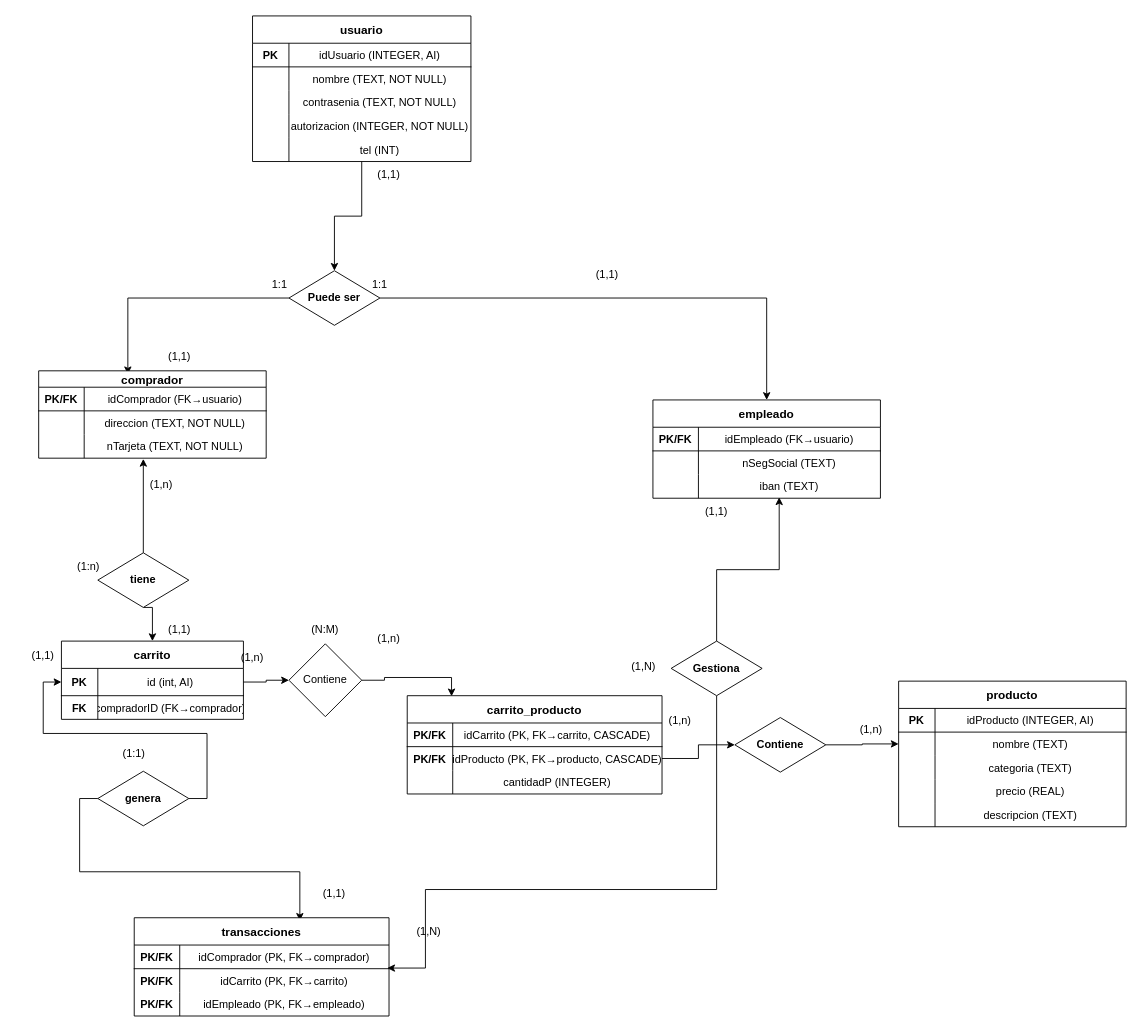
Before: Documentación/Merbd.drawio in Pandakira25/TrabajoIntrgrador, a draw.io diagram. Source tidied: cells renumbered, new cells numbered last; positions are measured from the earlier drawing's top-left corner, leaving out a move shared by most shapes. Both pictures are drawn from the tidied source at 91%, with x=0, y=0 at pixel (15, 15).
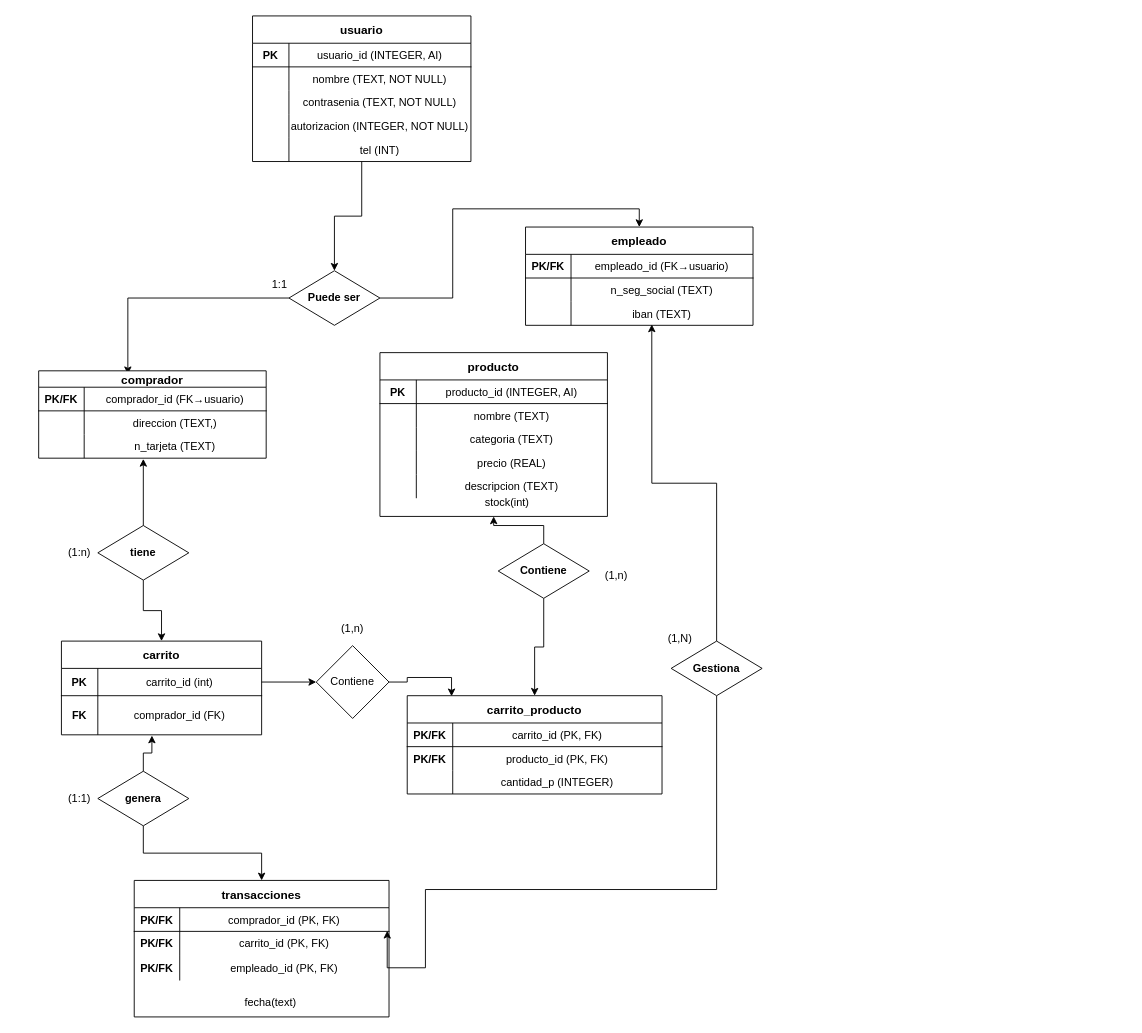
Above is the later version.

Commit message (it also covers changes not shown here):
corrección del diagrama de clases

The change refers to these unchanged cells:
```xml
<mxCell id="22" value="genera" style="rhombus;whiteSpace=wrap;html=1;fontSize=12;fontStyle=1;" parent="1" vertex="1">
  <mxGeometry x="90" y="830" width="100" height="60" as="geometry" />
</mxCell>
<mxCell id="37" style="shape=tableRow;horizontal=0;startSize=0;swimlaneHead=0;swimlaneBody=0;fillColor=none;fontSize=12;top=0;left=0;right=0;bottom=1;" parent="36" vertex="1">
  <mxGeometry y="30" width="240" height="26" as="geometry" />
</mxCell>
<mxCell id="53" style="shape=tableRow;horizontal=0;startSize=0;swimlaneHead=0;swimlaneBody=0;fillColor=none;fontSize=12;top=0;left=0;right=0;bottom=1;" parent="52" vertex="1">
  <mxGeometry y="18" width="250" height="26" as="geometry" />
</mxCell>
<mxCell id="56" style="shape=tableRow;horizontal=0;startSize=0;swimlaneHead=0;swimlaneBody=0;fillColor=none;fontSize=12;top=0;left=0;right=0;bottom=0;" parent="52" vertex="1">
  <mxGeometry y="44" width="250" height="26" as="geometry" />
</mxCell>
<mxCell id="59" style="shape=tableRow;horizontal=0;startSize=0;swimlaneHead=0;swimlaneBody=0;fillColor=none;points=[[0,0.5],[1,0.5]];portConstraint=eastwest;fontSize=12;top=0;left=0;right=0;bottom=0;" parent="52" vertex="1">
  <mxGeometry y="70" width="250" height="26" as="geometry" />
</mxCell>
<mxCell id="63" style="shape=tableRow;horizontal=0;startSize=0;swimlaneHead=0;swimlaneBody=0;fillColor=none;fontSize=12;top=0;left=0;right=0;bottom=1;" parent="62" vertex="1">
  <mxGeometry y="30" width="250" height="26" as="geometry" />
</mxCell>
<mxCell id="66" style="shape=tableRow;horizontal=0;startSize=0;swimlaneHead=0;swimlaneBody=0;fillColor=none;fontSize=12;top=0;left=0;right=0;bottom=0;" parent="62" vertex="1">
  <mxGeometry y="56" width="250" height="26" as="geometry" />
</mxCell>
<mxCell id="78" value="carrito_producto" style="shape=table;startSize=30;childLayout=tableLayout;rowLines=0;fontStyle=1;align=center;fontSize=13;" parent="1" vertex="1">
  <mxGeometry x="430" y="747" width="280" height="108" as="geometry" />
</mxCell>
<mxCell id="79" style="shape=tableRow;horizontal=0;startSize=0;swimlaneHead=0;swimlaneBody=0;fillColor=none;fontSize=12;top=0;left=0;right=0;bottom=1;" parent="78" vertex="1">
  <mxGeometry y="30" width="280" height="26" as="geometry" />
</mxCell>
<mxCell id="82" style="shape=tableRow;horizontal=0;startSize=0;swimlaneHead=0;swimlaneBody=0;fillColor=none;points=[[0,0.5],[1,0.5]];portConstraint=eastwest;fontSize=12;top=0;left=0;right=0;bottom=0;" parent="78" vertex="1">
  <mxGeometry y="56" width="280" height="26" as="geometry" />
</mxCell>
<mxCell id="85" style="shape=tableRow;horizontal=0;startSize=0;swimlaneHead=0;swimlaneBody=0;fillColor=none;fontSize=12;top=0;left=0;right=0;bottom=0;" parent="78" vertex="1">
  <mxGeometry y="82" width="280" height="26" as="geometry" />
</mxCell>
<mxCell id="89" style="shape=tableRow;horizontal=0;startSize=0;swimlaneHead=0;swimlaneBody=0;fillColor=none;fontSize=12;top=0;left=0;right=0;bottom=1;" parent="88" vertex="1">
  <mxGeometry y="30" width="250" height="26" as="geometry" />
</mxCell>
<mxCell id="92" style="shape=tableRow;horizontal=0;startSize=0;swimlaneHead=0;swimlaneBody=0;fillColor=none;points=[[0,0.5],[1,0.5]];portConstraint=eastwest;fontSize=12;top=0;left=0;right=0;bottom=0;" parent="88" vertex="1">
  <mxGeometry y="56" width="250" height="26" as="geometry" />
</mxCell>
<mxCell id="101" style="shape=tableRow;horizontal=0;startSize=0;swimlaneHead=0;swimlaneBody=0;fillColor=none;fontSize=12;top=0;left=0;right=0;bottom=0;" parent="88" vertex="1">
  <mxGeometry y="134" width="250" height="26" as="geometry" />
</mxCell>
<mxCell id="105" style="shape=tableRow;horizontal=0;startSize=0;swimlaneHead=0;swimlaneBody=0;fillColor=none;fontSize=12;top=0;left=0;right=0;bottom=1;" parent="104" vertex="1">
  <mxGeometry y="30" width="280" height="26" as="geometry" />
</mxCell>
<mxCell id="108" style="shape=tableRow;horizontal=0;startSize=0;swimlaneHead=0;swimlaneBody=0;fillColor=none;points=[[0,0.5],[1,0.5]];portConstraint=eastwest;fontSize=12;top=0;left=0;right=0;bottom=0;" parent="104" vertex="1">
  <mxGeometry y="56" width="280" height="26" as="geometry" />
</mxCell>
```

Change to the diagram source:
```diff
@@
-    <mxCell id="6" value="1:1" style="text;html=1;whiteSpace=wrap;strokeColor=none;fillColor=none;align=center;verticalAlign=middle;rounded=0;" parent="1" vertex="1">
-      <mxGeometry x="370" y="280" width="60" height="30" as="geometry" />
-    </mxCell>
@@
     <mxCell id="9" value="tiene" style="rhombus;whiteSpace=wrap;html=1;fontSize=12;fontStyle=1;" parent="1" vertex="1">
-      <mxGeometry x="90" y="590" width="100" height="60" as="geometry" />
+      <mxGeometry x="90" y="560" width="100" height="60" as="geometry" />
     </mxCell>
     <mxCell id="10" value="carrito" style="shape=table;startSize=30;childLayout=tableLayout;rowLines=0;fontStyle=1;align=center;fontSize=13;" parent="1" vertex="1">
-      <mxGeometry x="50" y="687" width="200" height="86" as="geometry" />
+      <mxGeometry x="50" y="687" width="220" height="103" as="geometry" />
     </mxCell>
     <mxCell id="11" style="shape=tableRow;horizontal=0;startSize=0;swimlaneHead=0;swimlaneBody=0;fillColor=none;points=[[0,0.5],[1,0.5]];portConstraint=eastwest;fontSize=12;top=0;left=0;right=0;bottom=1;" parent="10" vertex="1">
-      <mxGeometry y="30" width="200" height="30" as="geometry" />
+      <mxGeometry y="30" width="220" height="30" as="geometry" />
     </mxCell>
@@
-    <mxCell id="13" value="id (int, AI)" style="shape=partialRectangle;fillColor=none;top=0;left=0;bottom=0;right=0;overflow=hidden;" parent="11" vertex="1">
-      <mxGeometry x="40" width="160" height="30" as="geometry" />
+    <mxCell id="13" value="carrito_id (int)" style="shape=partialRectangle;fillColor=none;top=0;left=0;bottom=0;right=0;overflow=hidden;" parent="11" vertex="1">
+      <mxGeometry x="40" width="180" height="30" as="geometry" />
     </mxCell>
     <mxCell id="14" style="shape=tableRow;horizontal=0;startSize=0;swimlaneHead=0;swimlaneBody=0;fillColor=none;points=[[0,0.5],[1,0.5]];portConstraint=eastwest;fontSize=12;top=0;left=0;right=0;bottom=0;" parent="10" vertex="1">
-      <mxGeometry y="60" width="200" height="26" as="geometry" />
+      <mxGeometry y="60" width="220" height="43" as="geometry" />
     </mxCell>
     <mxCell id="15" value="FK" style="shape=partialRectangle;fillColor=none;top=0;left=0;bottom=0;right=0;fontStyle=1;overflow=hidden;" parent="14" vertex="1">
-      <mxGeometry width="40" height="26" as="geometry" />
+      <mxGeometry width="40" height="43" as="geometry" />
     </mxCell>
-    <mxCell id="16" value="compradorID (FK→comprador)" style="shape=partialRectangle;fillColor=none;top=0;left=0;bottom=0;right=0;overflow=hidden;" parent="14" vertex="1">
-      <mxGeometry x="40" width="160" height="26" as="geometry" />
+    <mxCell id="16" value="comprador_id (FK)" style="shape=partialRectangle;fillColor=none;top=0;left=0;bottom=0;right=0;overflow=hidden;" parent="14" vertex="1">
+      <mxGeometry x="40" width="180" height="43" as="geometry" />
     </mxCell>
@@
-    <mxCell id="18" value="(1,n)" style="text;html=1;whiteSpace=wrap;strokeColor=none;fillColor=none;align=center;verticalAlign=middle;rounded=0;" parent="1" vertex="1">
-      <mxGeometry x="130" y="500" width="60" height="30" as="geometry" />
-    </mxCell>
-    <mxCell id="19" value="(1,1)" style="text;html=1;whiteSpace=wrap;strokeColor=none;fillColor=none;align=center;verticalAlign=middle;rounded=0;" parent="1" vertex="1">
-      <mxGeometry x="150" y="660" width="60" height="30" as="geometry" />
-    </mxCell>
-    <mxCell id="20" style="edgeStyle=orthogonalEdgeStyle;rounded=0;jettySize=auto;html=1;exitX=0;exitY=0.5;exitDx=0;exitDy=0;entryX=0.65;entryY=0.031;entryDx=0;entryDy=0;entryPerimeter=0;" parent="1" edge="1" source="22" target="104">
+    <mxCell id="20" style="edgeStyle=orthogonalEdgeStyle;rounded=0;jettySize=auto;html=1;exitX=0.5;exitY=1;exitDx=0;exitDy=0;" parent="1" edge="1" source="22" target="104">
       <mxGeometry relative="1" as="geometry" />
     </mxCell>
-    <mxCell id="21" style="edgeStyle=orthogonalEdgeStyle;rounded=0;jettySize=auto;html=1;exitX=1;exitY=0.5;exitDx=0;exitDy=0;entryX=0;entryY=0.5;entryDx=0;entryDy=0;" parent="1" edge="1" source="22" target="11">
-      <mxGeometry relative="1" as="geometry" />
-    </mxCell>
@@
     <mxCell id="24" value="Contiene" style="rhombus;whiteSpace=wrap;html=1;" parent="1" vertex="1">
-      <mxGeometry x="300" y="690" width="80" height="80" as="geometry" />
+      <mxGeometry x="330" y="692" width="80" height="80" as="geometry" />
     </mxCell>
@@
-    <mxCell id="26" value="(N:M)" style="text;html=1;whiteSpace=wrap;strokeColor=none;fillColor=none;align=center;verticalAlign=middle;rounded=0;" parent="1" vertex="1">
-      <mxGeometry x="310" y="660" width="60" height="30" as="geometry" />
-    </mxCell>
     <mxCell id="27" value="(1,n)" style="text;html=1;whiteSpace=wrap;strokeColor=none;fillColor=none;align=center;verticalAlign=middle;rounded=0;" parent="1" vertex="1">
-      <mxGeometry x="230" y="690" width="60" height="30" as="geometry" />
+      <mxGeometry x="340" y="658" width="60" height="30" as="geometry" />
     </mxCell>
-    <mxCell id="28" value="(1&lt;span style=&quot;background-color: transparent; color: light-dark(rgb(0, 0, 0), rgb(255, 255, 255));&quot;&gt;,n)&lt;/span&gt;" style="text;html=1;whiteSpace=wrap;strokeColor=none;fillColor=none;align=center;verticalAlign=middle;rounded=0;" parent="1" vertex="1">
-      <mxGeometry x="380" y="670" width="60" height="30" as="geometry" />
-    </mxCell>
-    <mxCell id="29" value="(1,1)" style="text;html=1;whiteSpace=wrap;strokeColor=none;fillColor=none;align=center;verticalAlign=middle;rounded=0;" parent="1" vertex="1">
-      <mxGeometry y="688" width="60" height="30" as="geometry" />
-    </mxCell>
     <mxCell id="30" value="(1:1)" style="text;html=1;whiteSpace=wrap;strokeColor=none;fillColor=none;align=center;verticalAlign=middle;rounded=0;" parent="1" vertex="1">
-      <mxGeometry x="100" y="796" width="60" height="30" as="geometry" />
+      <mxGeometry x="40" y="845" width="60" height="30" as="geometry" />
     </mxCell>
-    <mxCell id="31" value="(1,1)" style="text;html=1;whiteSpace=wrap;strokeColor=none;fillColor=none;align=center;verticalAlign=middle;rounded=0;" parent="1" vertex="1">
-      <mxGeometry x="320" y="950" width="60" height="30" as="geometry" />
-    </mxCell>
     <mxCell id="32" value="(1:n)" style="text;html=1;whiteSpace=wrap;strokeColor=none;fillColor=none;align=center;verticalAlign=middle;rounded=0;" parent="1" vertex="1">
-      <mxGeometry x="50" y="590" width="60" height="30" as="geometry" />
+      <mxGeometry x="40" y="575" width="60" height="30" as="geometry" />
     </mxCell>
-    <mxCell id="33" value="(1,1)" style="text;html=1;whiteSpace=wrap;strokeColor=none;fillColor=none;align=center;verticalAlign=middle;rounded=0;" parent="1" vertex="1">
-      <mxGeometry x="150" y="360" width="60" height="30" as="geometry" />
-    </mxCell>
-    <mxCell id="34" value="(1,1)" style="text;html=1;whiteSpace=wrap;strokeColor=none;fillColor=none;align=center;verticalAlign=middle;rounded=0;" parent="1" vertex="1">
-      <mxGeometry x="620" y="270" width="60" height="30" as="geometry" />
-    </mxCell>
-    <mxCell id="35" value="(1,1)" style="text;html=1;whiteSpace=wrap;strokeColor=none;fillColor=none;align=center;verticalAlign=middle;rounded=0;" parent="1" vertex="1">
-      <mxGeometry x="380" y="160" width="60" height="30" as="geometry" />
-    </mxCell>
@@
-    <mxCell id="39" value="idUsuario (INTEGER, AI)" style="shape=partialRectangle;fillColor=none;top=0;left=0;bottom=0;right=0;overflow=hidden;" parent="37" vertex="1">
+    <mxCell id="39" value="usuario_id (INTEGER, AI)" style="shape=partialRectangle;fillColor=none;top=0;left=0;bottom=0;right=0;overflow=hidden;" parent="37" vertex="1">
       <mxGeometry x="40" width="200" height="26" as="geometry" />
     </mxCell>
@@
-    <mxCell id="55" value="idComprador (FK→usuario)" style="shape=partialRectangle;fillColor=none;top=0;left=0;bottom=0;right=0;overflow=hidden;" parent="53" vertex="1">
+    <mxCell id="55" value="comprador_id (FK→usuario)" style="shape=partialRectangle;fillColor=none;top=0;left=0;bottom=0;right=0;overflow=hidden;" parent="53" vertex="1">
       <mxGeometry x="50" width="200" height="26" as="geometry" />
     </mxCell>
@@
-    <mxCell id="58" value="direccion (TEXT, NOT NULL)" style="shape=partialRectangle;fillColor=none;top=0;left=0;bottom=0;right=0;overflow=hidden;" parent="56" vertex="1">
+    <mxCell id="58" value="direccion (TEXT,)" style="shape=partialRectangle;fillColor=none;top=0;left=0;bottom=0;right=0;overflow=hidden;" parent="56" vertex="1">
       <mxGeometry x="50" width="200" height="26" as="geometry" />
     </mxCell>
@@
-    <mxCell id="61" value="nTarjeta (TEXT, NOT NULL)" style="shape=partialRectangle;fillColor=none;top=0;left=0;bottom=0;right=0;overflow=hidden;" parent="59" vertex="1">
+    <mxCell id="61" value="n_tarjeta (TEXT)" style="shape=partialRectangle;fillColor=none;top=0;left=0;bottom=0;right=0;overflow=hidden;" parent="59" vertex="1">
       <mxGeometry x="50" width="200" height="26" as="geometry" />
     </mxCell>
     <mxCell id="62" value="empleado" style="shape=table;startSize=30;childLayout=tableLayout;rowLines=0;fontStyle=1;align=center;fontSize=13;" parent="1" vertex="1">
-      <mxGeometry x="700" y="422" width="250" height="108" as="geometry" />
+      <mxGeometry x="560" y="232" width="250" height="108" as="geometry" />
     </mxCell>
@@
-    <mxCell id="65" value="idEmpleado (FK→usuario)" style="shape=partialRectangle;fillColor=none;top=0;left=0;bottom=0;right=0;overflow=hidden;" parent="63" vertex="1">
+    <mxCell id="65" value="empleado_id (FK→usuario)" style="shape=partialRectangle;fillColor=none;top=0;left=0;bottom=0;right=0;overflow=hidden;" parent="63" vertex="1">
       <mxGeometry x="50" width="200" height="26" as="geometry" />
     </mxCell>
@@
-    <mxCell id="68" value="nSegSocial (TEXT)" style="shape=partialRectangle;fillColor=none;top=0;left=0;bottom=0;right=0;overflow=hidden;" parent="66" vertex="1">
+    <mxCell id="68" value="n_seg_social (TEXT)" style="shape=partialRectangle;fillColor=none;top=0;left=0;bottom=0;right=0;overflow=hidden;" parent="66" vertex="1">
       <mxGeometry x="50" width="200" height="26" as="geometry" />
     </mxCell>
@@
-    <mxCell id="75" value="(1,1)" style="text;html=1;whiteSpace=wrap;strokeColor=none;fillColor=none;align=center;verticalAlign=middle;rounded=0;" parent="1" vertex="1">
-      <mxGeometry x="740" y="530" width="60" height="30" as="geometry" />
-    </mxCell>
-    <mxCell id="76" value="(1,N)" style="text;html=1;whiteSpace=wrap;strokeColor=none;fillColor=none;align=center;verticalAlign=middle;rounded=0;" parent="1" vertex="1">
-      <mxGeometry x="660" y="700" width="60" height="30" as="geometry" />
-    </mxCell>
     <mxCell id="77" value="(1,N)" style="text;html=1;whiteSpace=wrap;strokeColor=none;fillColor=none;align=center;verticalAlign=middle;rounded=0;" parent="1" vertex="1">
-      <mxGeometry x="424" y="991" width="60" height="30" as="geometry" />
+      <mxGeometry x="700" y="670" width="60" height="30" as="geometry" />
     </mxCell>
@@
-    <mxCell id="81" value="idCarrito (PK, FK→carrito, CASCADE)" style="shape=partialRectangle;fillColor=none;top=0;left=0;bottom=0;right=0;overflow=hidden;" parent="79" vertex="1">
+    <mxCell id="81" value="carrito_id (PK, FK)" style="shape=partialRectangle;fillColor=none;top=0;left=0;bottom=0;right=0;overflow=hidden;" parent="79" vertex="1">
       <mxGeometry x="50" width="230" height="26" as="geometry" />
     </mxCell>
@@
-    <mxCell id="84" value="idProducto (PK, FK→producto, CASCADE)" style="shape=partialRectangle;fillColor=none;top=0;left=0;bottom=0;right=0;overflow=hidden;" parent="82" vertex="1">
+    <mxCell id="84" value="producto_id (PK, FK)" style="shape=partialRectangle;fillColor=none;top=0;left=0;bottom=0;right=0;overflow=hidden;" parent="82" vertex="1">
       <mxGeometry x="50" width="230" height="26" as="geometry" />
     </mxCell>
@@
-    <mxCell id="87" value="cantidadP (INTEGER)" style="shape=partialRectangle;fillColor=none;top=0;left=0;bottom=0;right=0;overflow=hidden;" parent="85" vertex="1">
+    <mxCell id="87" value="cantidad_p (INTEGER)" style="shape=partialRectangle;fillColor=none;top=0;left=0;bottom=0;right=0;overflow=hidden;" parent="85" vertex="1">
       <mxGeometry x="50" width="230" height="26" as="geometry" />
     </mxCell>
     <mxCell id="88" value="producto" style="shape=table;startSize=30;childLayout=tableLayout;rowLines=0;fontStyle=1;align=center;fontSize=13;" parent="1" vertex="1">
-      <mxGeometry x="970" y="731" width="250" height="160" as="geometry" />
+      <mxGeometry x="400" y="370" width="250" height="180" as="geometry" />
     </mxCell>
@@
-    <mxCell id="91" value="idProducto (INTEGER, AI)" style="shape=partialRectangle;fillColor=none;top=0;left=0;bottom=0;right=0;overflow=hidden;" parent="89" vertex="1">
+    <mxCell id="91" value="producto_id (INTEGER, AI)" style="shape=partialRectangle;fillColor=none;top=0;left=0;bottom=0;right=0;overflow=hidden;" parent="89" vertex="1">
       <mxGeometry x="40" width="210" height="26" as="geometry" />
     </mxCell>
@@
-    <mxCell id="102" style="shape=partialRectangle;fillColor=none;top=0;left=0;bottom=0;right=0;overflow=hidden;" parent="101" vertex="1">
+    <mxCell id="102" value="&#10;&#10;" style="shape=partialRectangle;fillColor=none;top=0;left=0;bottom=0;right=0;overflow=hidden;" parent="101" vertex="1">
       <mxGeometry width="40" height="26" as="geometry" />
     </mxCell>
@@
     <mxCell id="104" value="transacciones" style="shape=table;startSize=30;childLayout=tableLayout;rowLines=0;fontStyle=1;align=center;fontSize=13;" parent="1" vertex="1">
-      <mxGeometry x="130" y="991" width="280" height="108" as="geometry" />
+      <mxGeometry x="130" y="950" width="280" height="150" as="geometry" />
     </mxCell>
@@
-    <mxCell id="107" value="idComprador (PK, FK→comprador)" style="shape=partialRectangle;fillColor=none;top=0;left=0;bottom=0;right=0;overflow=hidden;" parent="105" vertex="1">
+    <mxCell id="107" value="comprador_id (PK, FK)" style="shape=partialRectangle;fillColor=none;top=0;left=0;bottom=0;right=0;overflow=hidden;" parent="105" vertex="1">
       <mxGeometry x="50" width="230" height="26" as="geometry" />
     </mxCell>
@@
-    <mxCell id="110" value="idCarrito (PK, FK→carrito)" style="shape=partialRectangle;fillColor=none;top=0;left=0;bottom=0;right=0;overflow=hidden;" parent="108" vertex="1">
+    <mxCell id="110" value="carrito_id (PK, FK)" style="shape=partialRectangle;fillColor=none;top=0;left=0;bottom=0;right=0;overflow=hidden;" parent="108" vertex="1">
       <mxGeometry x="50" width="230" height="26" as="geometry" />
     </mxCell>
     <mxCell id="111" style="shape=tableRow;horizontal=0;startSize=0;swimlaneHead=0;swimlaneBody=0;fillColor=none;fontSize=12;top=0;left=0;right=0;bottom=0;" parent="104" vertex="1">
-      <mxGeometry y="82" width="280" height="26" as="geometry" />
+      <mxGeometry y="82" width="280" height="28" as="geometry" />
     </mxCell>
     <mxCell id="112" value="PK/FK" style="shape=partialRectangle;fillColor=none;top=0;left=0;bottom=0;right=0;fontStyle=1;overflow=hidden;" parent="111" vertex="1">
-      <mxGeometry width="50" height="26" as="geometry" />
+      <mxGeometry width="50" height="28" as="geometry" />
     </mxCell>
-    <mxCell id="113" value="idEmpleado (PK, FK→empleado)" style="shape=partialRectangle;fillColor=none;top=0;left=0;bottom=0;right=0;overflow=hidden;" parent="111" vertex="1">
-      <mxGeometry x="50" width="230" height="26" as="geometry" />
+    <mxCell id="113" value="empleado_id (PK, FK)" style="shape=partialRectangle;fillColor=none;top=0;left=0;bottom=0;right=0;overflow=hidden;" parent="111" vertex="1">
+      <mxGeometry x="50" width="230" height="28" as="geometry" />
     </mxCell>
-    <mxCell id="114" value="(1,n)" style="text;html=1;whiteSpace=wrap;strokeColor=none;fillColor=none;align=center;verticalAlign=middle;rounded=0;" parent="1" vertex="1">
-      <mxGeometry x="910" y="770" width="60" height="30" as="geometry" />
-    </mxCell>
-    <mxCell id="115" value="(1,n)" style="text;html=1;whiteSpace=wrap;strokeColor=none;fillColor=none;align=center;verticalAlign=middle;rounded=0;" parent="1" vertex="1">
-      <mxGeometry x="700" y="760" width="60" height="30" as="geometry" />
-    </mxCell>
-    <mxCell id="116" style="edgeStyle=orthogonalEdgeStyle;rounded=0;jettySize=auto;html=1;exitX=1;exitY=0.5;exitDx=0;exitDy=0;entryX=0;entryY=0.5;entryDx=0;entryDy=0;" parent="1" edge="1" source="117" target="92">
-      <mxGeometry relative="1" as="geometry" />
-    </mxCell>
+    <mxCell id="119" style="edgeStyle=orthogonalEdgeStyle;rounded=0;jettySize=auto;html=1;exitX=0.5;exitY=1;exitDx=0;exitDy=0;entryX=0.5;entryY=0;entryDx=0;entryDy=0;" parent="1" edge="1" source="117" target="78">
+      <mxGeometry relative="1" as="geometry" />
+    </mxCell>
+    <mxCell id="120" style="edgeStyle=orthogonalEdgeStyle;rounded=0;jettySize=auto;html=1;exitX=0.5;exitY=0;exitDx=0;exitDy=0;entryX=0.5;entryY=1;entryDx=0;entryDy=0;" parent="1" edge="1" source="117" target="88">
+      <mxGeometry relative="1" as="geometry" />
+    </mxCell>
     <mxCell id="117" value="Contiene" style="rhombus;whiteSpace=wrap;html=1;fontSize=12;fontStyle=1;" parent="1" vertex="1">
-      <mxGeometry x="790" y="771" width="100" height="60" as="geometry" />
+      <mxGeometry x="530" y="580" width="100" height="60" as="geometry" />
     </mxCell>
-    <mxCell id="118" style="edgeStyle=orthogonalEdgeStyle;rounded=0;jettySize=auto;html=1;exitX=1;exitY=0.5;exitDx=0;exitDy=0;entryX=0;entryY=0.5;entryDx=0;entryDy=0;" parent="1" edge="1" source="82" target="117">
-      <mxGeometry relative="1" as="geometry" />
-    </mxCell>
+    <mxCell id="121" style="edgeStyle=orthogonalEdgeStyle;rounded=0;jettySize=auto;html=1;exitX=0.5;exitY=0;exitDx=0;exitDy=0;entryX=0.452;entryY=1.019;entryDx=0;entryDy=0;entryPerimeter=0;" parent="1" edge="1" source="22" target="14">
+      <mxGeometry relative="1" as="geometry" />
+    </mxCell>
+    <mxCell id="122" value="(1,n)" style="text;html=1;whiteSpace=wrap;strokeColor=none;fillColor=none;align=center;verticalAlign=middle;rounded=0;" parent="1" vertex="1">
+      <mxGeometry x="630" y="600" width="60" height="30" as="geometry" />
+    </mxCell>
+    <mxCell id="123" value="stock(int)" style="text;html=1;whiteSpace=wrap;strokeColor=none;fillColor=none;align=center;verticalAlign=middle;rounded=0;" parent="1" vertex="1">
+      <mxGeometry x="510" y="520" width="60" height="30" as="geometry" />
+    </mxCell>
+    <mxCell id="124" value="fecha(text)" style="text;html=1;whiteSpace=wrap;strokeColor=none;fillColor=none;align=center;verticalAlign=middle;rounded=0;" parent="1" vertex="1">
+      <mxGeometry x="250" y="1070" width="60" height="30" as="geometry" />
+    </mxCell>
```
